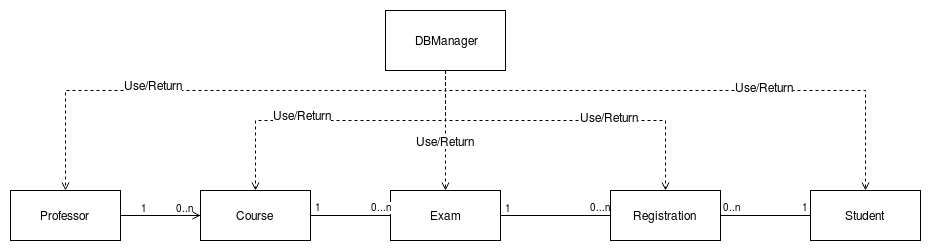
This is documentation/task0/images/ClassDiagram.png from psoftware/is-class-task1, a draw.io export, as it was before one commit. Source tidied: cells renumbered, new cells last; positions are measured from the earlier drawing's top-left corner, leaving out a move shared by most shapes.
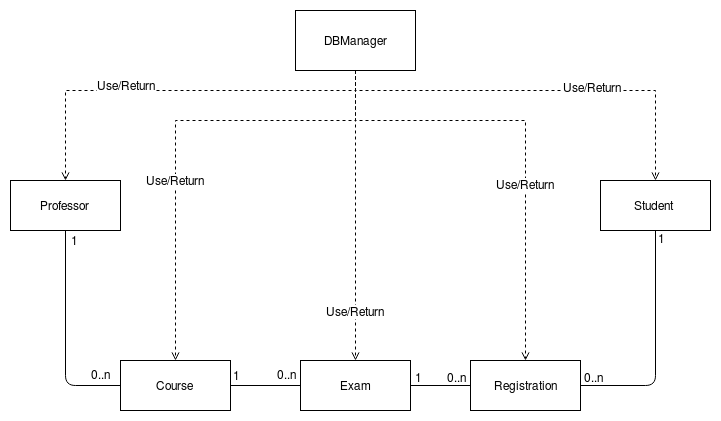
After the change.

Change to the diagram source:
```diff
@@ -2,59 +2,37 @@
   <root>
     <mxCell id="0" />
     <mxCell id="1" parent="0" />
-    <mxCell id="2" style="edgeStyle=orthogonalEdgeStyle;rounded=0;jettySize=auto;html=1;dashed=1;endArrow=open;endFill=0;" parent="1" edge="1" source="3" target="4">
-      <mxGeometry relative="1" as="geometry" />
-    </mxCell>
     <mxCell id="3" value="&lt;div&gt;Professor&lt;/div&gt;" style="html=1;" parent="1" vertex="1">
-      <mxGeometry y="180" width="110" height="50" as="geometry" />
+      <mxGeometry x="90" y="170" width="110" height="50" as="geometry" />
     </mxCell>
-    <mxCell id="4" value="&lt;div&gt;Professor&lt;/div&gt;" style="html=1;" parent="1" vertex="1">
-      <mxGeometry x="190" y="180" width="110" height="50" as="geometry" />
-    </mxCell>
     <mxCell id="5" value="Student" style="html=1;" parent="1" vertex="1">
-      <mxGeometry x="800" y="180" width="110" height="50" as="geometry" />
+      <mxGeometry x="680" y="170" width="110" height="50" as="geometry" />
     </mxCell>
     <mxCell id="6" value="Course" style="html=1;" parent="1" vertex="1">
-      <mxGeometry x="190" y="180" width="110" height="50" as="geometry" />
+      <mxGeometry x="200" y="350" width="110" height="50" as="geometry" />
     </mxCell>
     <mxCell id="7" value="Registration" style="html=1;" parent="1" vertex="1">
-      <mxGeometry x="600" y="180" width="110" height="50" as="geometry" />
+      <mxGeometry x="550" y="350" width="110" height="50" as="geometry" />
     </mxCell>
     <mxCell id="8" value="Exam" style="html=1;" parent="1" vertex="1">
-      <mxGeometry x="380" y="180" width="110" height="50" as="geometry" />
+      <mxGeometry x="380" y="350" width="110" height="50" as="geometry" />
     </mxCell>
     <mxCell id="9" style="endArrow=none;html=1;edgeStyle=orthogonalEdgeStyle;exitX=0;exitY=0.5;exitDx=0;exitDy=0;entryX=1;entryY=0.5;entryDx=0;entryDy=0;" parent="1" edge="1" source="7" target="8">
       <mxGeometry relative="1" as="geometry" />
     </mxCell>
-    <mxCell id="10" value="1" style="html=1;align=left;verticalAlign=bottom;labelBackgroundColor=#ffffff;fontSize=10;" parent="9" vertex="1">
-      <mxGeometry x="-1" relative="1" as="geometry">
-        <mxPoint x="-108" y="1" as="offset" />
-      </mxGeometry>
-    </mxCell>
-    <mxCell id="11" value="0...n" style="html=1;align=right;verticalAlign=bottom;labelBackgroundColor=#ffffff;fontSize=10;" parent="9" vertex="1">
-      <mxGeometry x="1" relative="1" as="geometry">
-        <mxPoint x="109" as="offset" />
-      </mxGeometry>
-    </mxCell>
-    <mxCell id="12" style="endArrow=none;html=1;edgeStyle=orthogonalEdgeStyle;exitX=0;exitY=0.5;exitDx=0;exitDy=0;entryX=1;entryY=0.5;entryDx=0;entryDy=0;" parent="1" edge="1" source="5" target="7">
-      <mxGeometry relative="1" as="geometry" />
+    <mxCell id="12" style="endArrow=none;html=1;edgeStyle=orthogonalEdgeStyle;entryX=1;entryY=0.5;entryDx=0;entryDy=0;exitX=0.5;exitY=1;exitDx=0;exitDy=0;" parent="1" edge="1" source="5" target="7">
+      <mxGeometry relative="1" as="geometry">
+        <Array as="points">
+          <mxPoint x="735" y="375" />
+        </Array>
+      </mxGeometry>
     </mxCell>
-    <mxCell id="13" value="0..n" style="html=1;align=left;verticalAlign=bottom;labelBackgroundColor=#ffffff;fontSize=10;" parent="12" vertex="1">
-      <mxGeometry x="-1" relative="1" as="geometry">
-        <mxPoint x="-90" as="offset" />
-      </mxGeometry>
-    </mxCell>
-    <mxCell id="14" value="1" style="html=1;align=right;verticalAlign=bottom;labelBackgroundColor=#ffffff;fontSize=10;" parent="12" vertex="1">
-      <mxGeometry x="1" relative="1" as="geometry">
-        <mxPoint x="89" as="offset" />
-      </mxGeometry>
-    </mxCell>
     <mxCell id="15" style="edgeStyle=orthogonalEdgeStyle;rounded=0;jettySize=auto;html=1;dashed=1;endArrow=open;endFill=0;exitX=0.5;exitY=1;exitDx=0;exitDy=0;" parent="1" edge="1" source="17" target="8">
       <mxGeometry relative="1" as="geometry" />
     </mxCell>
     <mxCell id="16" value="&lt;div&gt;Use/Return&lt;/div&gt;" style="text;html=1;align=center;verticalAlign=middle;labelBackgroundColor=#ffffff;" parent="15" vertex="1">
       <mxGeometry x="0.25" y="-1" relative="1" as="geometry">
-        <mxPoint x="1" y="-5" as="offset" />
+        <mxPoint x="1" y="59" as="offset" />
       </mxGeometry>
     </mxCell>
     <mxCell id="17" value="DBManager" style="rounded=0;whiteSpace=wrap;html=1;" parent="1" vertex="1">
@@ -64,7 +42,7 @@
       <mxGeometry relative="1" as="geometry">
         <Array as="points">
           <mxPoint x="435" y="110" />
-          <mxPoint x="655" y="110" />
+          <mxPoint x="605" y="110" />
         </Array>
       </mxGeometry>
     </mxCell>
@@ -77,7 +55,7 @@
       <mxGeometry relative="1" as="geometry">
         <Array as="points">
           <mxPoint x="435" y="80" />
-          <mxPoint x="855" y="80" />
+          <mxPoint x="735" y="80" />
         </Array>
       </mxGeometry>
     </mxCell>
@@ -90,7 +68,7 @@
       <mxGeometry relative="1" as="geometry">
         <Array as="points">
           <mxPoint x="435" y="110" />
-          <mxPoint x="245" y="110" />
+          <mxPoint x="255" y="110" />
         </Array>
       </mxGeometry>
     </mxCell>
@@ -103,7 +81,7 @@
       <mxGeometry relative="1" as="geometry">
         <Array as="points">
           <mxPoint x="435" y="80" />
-          <mxPoint x="55" y="80" />
+          <mxPoint x="145" y="80" />
         </Array>
       </mxGeometry>
     </mxCell>
@@ -112,31 +90,35 @@
         <mxPoint x="1" y="-5" as="offset" />
       </mxGeometry>
     </mxCell>
-    <mxCell id="26" style="endArrow=none;html=1;edgeStyle=orthogonalEdgeStyle;entryX=1;entryY=0.5;entryDx=0;entryDy=0;exitX=0;exitY=0.5;exitDx=0;exitDy=0;" parent="1" edge="1" source="6" target="3">
+    <mxCell id="26" style="endArrow=none;html=1;edgeStyle=orthogonalEdgeStyle;entryX=0.5;entryY=1;entryDx=0;entryDy=0;exitX=0;exitY=0.5;exitDx=0;exitDy=0;" parent="1" edge="1" source="6" target="3">
       <mxGeometry relative="1" as="geometry" />
     </mxCell>
-    <mxCell id="27" value="0..n" style="html=1;align=left;verticalAlign=bottom;labelBackgroundColor=#ffffff;fontSize=10;" parent="26" vertex="1">
-      <mxGeometry x="-1" relative="1" as="geometry">
-        <mxPoint x="-27" y="1" as="offset" />
-      </mxGeometry>
-    </mxCell>
-    <mxCell id="28" value="1" style="html=1;align=right;verticalAlign=bottom;labelBackgroundColor=#ffffff;fontSize=10;" parent="26" vertex="1">
-      <mxGeometry x="1" relative="1" as="geometry">
-        <mxPoint x="28" y="1" as="offset" />
-      </mxGeometry>
-    </mxCell>
     <mxCell id="29" style="endArrow=none;html=1;edgeStyle=orthogonalEdgeStyle;entryX=1;entryY=0.5;entryDx=0;entryDy=0;exitX=0;exitY=0.5;exitDx=0;exitDy=0;" parent="1" edge="1" source="8" target="6">
       <mxGeometry relative="1" as="geometry" />
     </mxCell>
-    <mxCell id="30" value="1" style="html=1;align=left;verticalAlign=bottom;labelBackgroundColor=#ffffff;fontSize=10;" parent="29" vertex="1">
-      <mxGeometry x="-1" relative="1" as="geometry">
-        <mxPoint x="-78" as="offset" />
-      </mxGeometry>
-    </mxCell>
-    <mxCell id="31" value="0...n" style="html=1;align=right;verticalAlign=bottom;labelBackgroundColor=#ffffff;fontSize=10;" parent="29" vertex="1">
-      <mxGeometry x="1" relative="1" as="geometry">
-        <mxPoint x="80" as="offset" />
-      </mxGeometry>
-    </mxCell>
+    <mxCell id="32" value="0..n" style="text;html=1;align=left;verticalAlign=top;spacingTop=-4;" parent="1" vertex="1">
+      <mxGeometry x="169" y="355" width="40" height="20" as="geometry" />
+    </mxCell>
+    <mxCell id="33" value="1" style="text;html=1;align=left;verticalAlign=top;spacingTop=-4;" parent="1" vertex="1">
+      <mxGeometry x="149" y="221" width="20" height="20" as="geometry" />
+    </mxCell>
+    <mxCell id="34" value="0..n" style="text;html=1;align=left;verticalAlign=top;spacingTop=-4;" parent="1" vertex="1">
+      <mxGeometry x="355" y="355" width="40" height="20" as="geometry" />
+    </mxCell>
+    <mxCell id="35" value="1" style="text;html=1;align=left;verticalAlign=top;spacingTop=-4;" parent="1" vertex="1">
+      <mxGeometry x="311" y="356" width="20" height="20" as="geometry" />
+    </mxCell>
+    <mxCell id="36" value="1" style="text;html=1;align=left;verticalAlign=top;spacingTop=-4;" parent="1" vertex="1">
+      <mxGeometry x="493" y="358" width="20" height="20" as="geometry" />
+    </mxCell>
+    <mxCell id="37" value="0..n" style="text;html=1;align=left;verticalAlign=top;spacingTop=-4;" parent="1" vertex="1">
+      <mxGeometry x="525" y="358" width="40" height="20" as="geometry" />
+    </mxCell>
+    <mxCell id="38" value="1" style="text;html=1;align=left;verticalAlign=top;spacingTop=-4;" parent="1" vertex="1">
+      <mxGeometry x="736" y="219" width="20" height="20" as="geometry" />
+    </mxCell>
+    <mxCell id="39" value="0..n" style="text;html=1;align=left;verticalAlign=top;spacingTop=-4;" parent="1" vertex="1">
+      <mxGeometry x="662" y="358" width="40" height="20" as="geometry" />
+    </mxCell>
   </root>
 </mxGraphModel>
```
